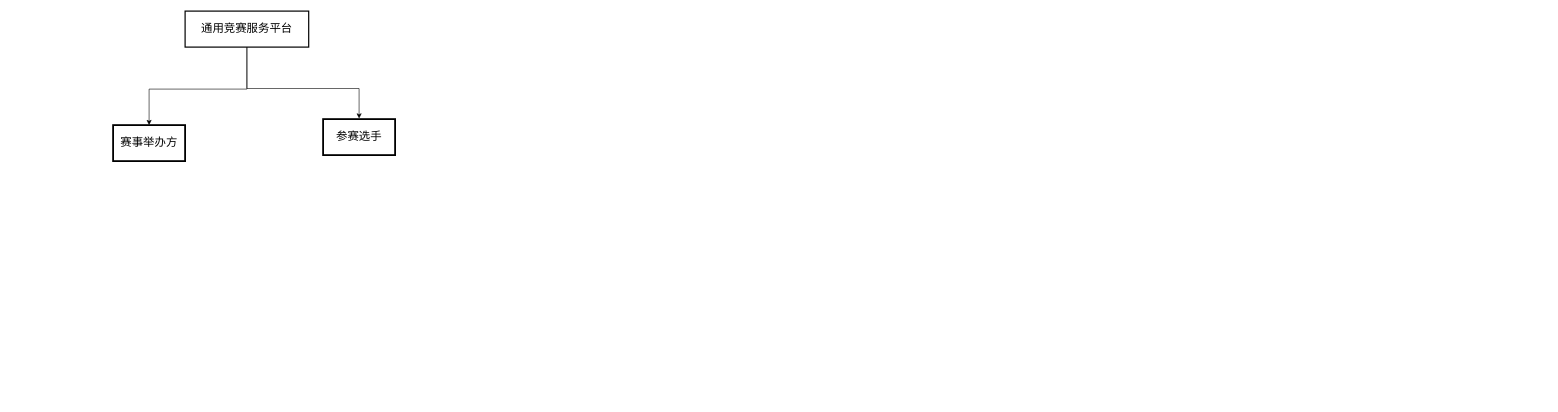
Above: 未命名绘图.drawio in woshilmx/drawio (draw.io), before the change. Source tidied: cells renumbered, new cells numbered last; positions are measured from the earlier drawing's top-left corner, leaving out a move shared by most shapes. Both pictures are drawn from the tidied source at 60%, with x=0, y=0 at pixel (113, 11).
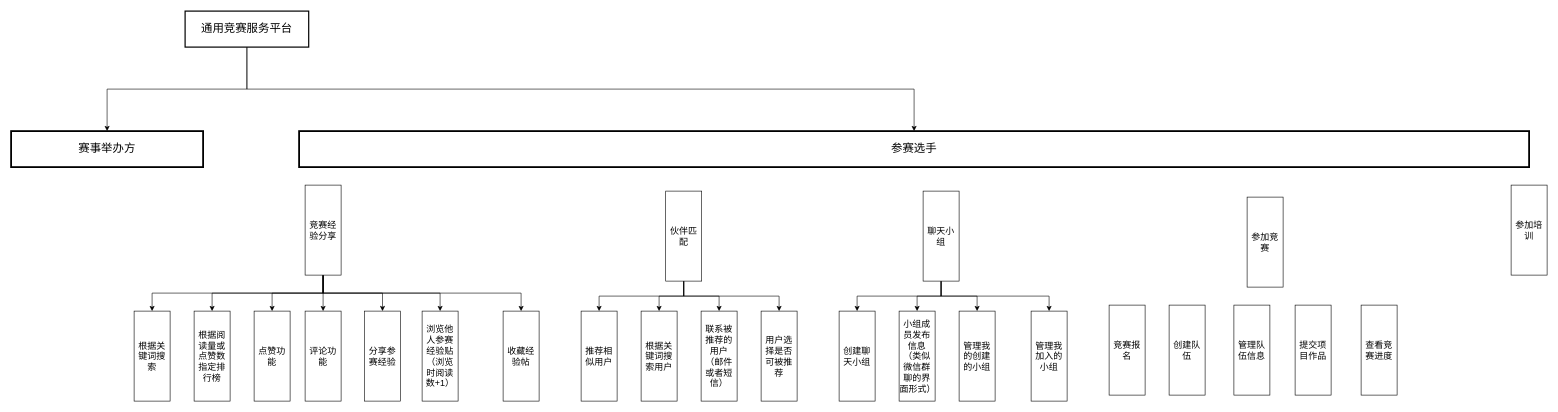
The same diagram, later.

Commit message:
更新竞赛服务平台.drawio

The change refers to these unchanged cells:
```xml
<mxCell id="4" value="&lt;font style=&quot;font-size: 19px;&quot;&gt;通用竞赛服务平台&lt;/font&gt;" style="rounded=0;whiteSpace=wrap;html=1;strokeWidth=2;" parent="1" vertex="1">
  <mxGeometry x="120" width="206" height="60" as="geometry" />
</mxCell>
```

Diff of the diagram source:
```diff
@@
+    <mxCell id="7" style="edgeStyle=orthogonalEdgeStyle;rounded=0;jettySize=auto;html=1;exitX=0.5;exitY=1;exitDx=0;exitDy=0;entryX=0.5;entryY=0;entryDx=0;entryDy=0;" parent="1" edge="1" source="4" target="6">
+      <mxGeometry relative="1" as="geometry" />
+    </mxCell>
-    <mxCell id="2" style="edgeStyle=orthogonalEdgeStyle;rounded=0;jettySize=auto;html=1;entryX=0.5;entryY=0;entryDx=0;entryDy=0;fontSize=19;" parent="1" edge="1" source="4" target="5">
-      <mxGeometry relative="1" as="geometry">
-        <Array as="points">
-          <mxPoint x="223" y="130" />
-          <mxPoint x="60" y="130" />
-        </Array>
-      </mxGeometry>
+    <mxCell id="2" style="edgeStyle=orthogonalEdgeStyle;rounded=0;jettySize=auto;html=1;exitX=0.5;exitY=1;exitDx=0;exitDy=0;entryX=0.5;entryY=0;entryDx=0;entryDy=0;" parent="1" edge="1" source="4" target="5">
+      <mxGeometry relative="1" as="geometry" />
     </mxCell>
-    <mxCell id="3" style="edgeStyle=orthogonalEdgeStyle;rounded=0;orthogonalLoop=1;jettySize=auto;html=1;exitX=0.5;exitY=1;exitDx=0;exitDy=0;entryX=0.5;entryY=0;entryDx=0;entryDy=0;fontSize=19;" parent="1" edge="1">
-      <mxGeometry relative="1" as="geometry">
-        <mxPoint x="223" y="59" as="sourcePoint" />
-        <mxPoint x="410" y="179" as="targetPoint" />
-        <Array as="points">
-          <mxPoint x="223" y="129" />
-          <mxPoint x="410" y="129" />
-        </Array>
-      </mxGeometry>
-    </mxCell>
@@
     <mxCell id="5" value="赛事举办方" style="rounded=0;whiteSpace=wrap;html=1;strokeWidth=3;fontSize=19;" parent="1" vertex="1">
-      <mxGeometry y="190" width="120" height="60" as="geometry" />
+      <mxGeometry x="-170" y="200" width="320" height="60" as="geometry" />
     </mxCell>
     <mxCell id="6" value="参赛选手" style="rounded=0;whiteSpace=wrap;html=1;strokeWidth=3;fontSize=19;" parent="1" vertex="1">
-      <mxGeometry x="350" y="180" width="120" height="60" as="geometry" />
+      <mxGeometry x="310" y="200" width="2050" height="60" as="geometry" />
     </mxCell>
+    <mxCell id="8" value="&lt;span style=&quot;font-size: 15px;&quot;&gt;收藏经验帖&lt;/span&gt;" style="rounded=0;whiteSpace=wrap;html=1;align=center;" parent="1" vertex="1">
+      <mxGeometry x="650" y="500" width="60" height="150" as="geometry" />
+    </mxCell>
+    <mxCell id="9" style="edgeStyle=orthogonalEdgeStyle;rounded=0;jettySize=auto;html=1;exitX=0.5;exitY=1;exitDx=0;exitDy=0;entryX=0.5;entryY=0;entryDx=0;entryDy=0;fontSize=15;" parent="1" edge="1" source="13" target="30">
+      <mxGeometry relative="1" as="geometry" />
+    </mxCell>
+    <mxCell id="10" style="edgeStyle=orthogonalEdgeStyle;rounded=0;jettySize=auto;html=1;exitX=0.5;exitY=1;exitDx=0;exitDy=0;entryX=0.5;entryY=0;entryDx=0;entryDy=0;fontSize=15;" parent="1" edge="1" source="13" target="31">
+      <mxGeometry relative="1" as="geometry" />
+    </mxCell>
+    <mxCell id="11" style="edgeStyle=orthogonalEdgeStyle;rounded=0;jettySize=auto;html=1;exitX=0.5;exitY=1;exitDx=0;exitDy=0;entryX=0.5;entryY=0;entryDx=0;entryDy=0;fontSize=15;" parent="1" edge="1" source="13" target="32">
+      <mxGeometry relative="1" as="geometry" />
+    </mxCell>
+    <mxCell id="12" style="edgeStyle=orthogonalEdgeStyle;rounded=0;jettySize=auto;html=1;exitX=0.5;exitY=1;exitDx=0;exitDy=0;entryX=0.5;entryY=0;entryDx=0;entryDy=0;fontSize=15;" parent="1" edge="1" source="13" target="33">
+      <mxGeometry relative="1" as="geometry" />
+    </mxCell>
+    <mxCell id="13" value="&lt;font style=&quot;font-size: 15px;&quot;&gt;伙伴匹配&lt;/font&gt;" style="rounded=0;whiteSpace=wrap;html=1;align=center;" parent="1" vertex="1">
+      <mxGeometry x="921" y="300" width="60" height="150" as="geometry" />
+    </mxCell>
+    <mxCell id="14" value="&lt;span style=&quot;font-size: 15px;&quot;&gt;参加竞赛&lt;/span&gt;" style="rounded=0;whiteSpace=wrap;html=1;align=center;" parent="1" vertex="1">
+      <mxGeometry x="1890" y="310" width="60" height="150" as="geometry" />
+    </mxCell>
+    <mxCell id="15" value="&lt;span style=&quot;font-size: 15px;&quot;&gt;参加培训&lt;/span&gt;" style="rounded=0;whiteSpace=wrap;html=1;align=center;" parent="1" vertex="1">
+      <mxGeometry x="2330" y="290" width="60" height="150" as="geometry" />
+    </mxCell>
+    <mxCell id="16" value="&lt;span style=&quot;font-size: 15px;&quot;&gt;分享参赛经验&lt;/span&gt;" style="rounded=0;whiteSpace=wrap;html=1;align=center;" parent="1" vertex="1">
+      <mxGeometry x="419" y="500" width="60" height="150" as="geometry" />
+    </mxCell>
+    <mxCell id="17" value="&lt;span style=&quot;font-size: 15px;&quot;&gt;浏览他人参赛经验贴（浏览时阅读数+1）&lt;/span&gt;" style="rounded=0;whiteSpace=wrap;html=1;align=center;" parent="1" vertex="1">
+      <mxGeometry x="515" y="500" width="60" height="150" as="geometry" />
+    </mxCell>
+    <mxCell id="18" style="edgeStyle=orthogonalEdgeStyle;rounded=0;jettySize=auto;html=1;entryX=0.5;entryY=0;entryDx=0;entryDy=0;fontSize=15;" parent="1" edge="1" source="25" target="29">
+      <mxGeometry relative="1" as="geometry">
+        <Array as="points">
+          <mxPoint x="350" y="470" />
+          <mxPoint x="65" y="470" />
+        </Array>
+      </mxGeometry>
+    </mxCell>
+    <mxCell id="19" style="edgeStyle=orthogonalEdgeStyle;rounded=0;jettySize=auto;html=1;exitX=0.5;exitY=1;exitDx=0;exitDy=0;entryX=0.5;entryY=0;entryDx=0;entryDy=0;fontSize=15;" parent="1" edge="1" source="25" target="28">
+      <mxGeometry relative="1" as="geometry" />
+    </mxCell>
+    <mxCell id="20" style="edgeStyle=orthogonalEdgeStyle;rounded=0;jettySize=auto;html=1;exitX=0.5;exitY=1;exitDx=0;exitDy=0;entryX=0.5;entryY=0;entryDx=0;entryDy=0;fontSize=15;" parent="1" edge="1" source="25" target="27">
+      <mxGeometry relative="1" as="geometry" />
+    </mxCell>
+    <mxCell id="21" style="edgeStyle=orthogonalEdgeStyle;rounded=0;jettySize=auto;html=1;exitX=0.5;exitY=1;exitDx=0;exitDy=0;entryX=0.5;entryY=0;entryDx=0;entryDy=0;fontSize=15;" parent="1" edge="1" source="25" target="26">
+      <mxGeometry relative="1" as="geometry" />
+    </mxCell>
+    <mxCell id="22" style="edgeStyle=orthogonalEdgeStyle;rounded=0;jettySize=auto;html=1;exitX=0.5;exitY=1;exitDx=0;exitDy=0;entryX=0.5;entryY=0;entryDx=0;entryDy=0;fontSize=15;" parent="1" edge="1" source="25" target="16">
+      <mxGeometry relative="1" as="geometry" />
+    </mxCell>
+    <mxCell id="23" style="edgeStyle=orthogonalEdgeStyle;rounded=0;jettySize=auto;html=1;exitX=0.5;exitY=1;exitDx=0;exitDy=0;entryX=0.5;entryY=0;entryDx=0;entryDy=0;fontSize=15;" parent="1" edge="1" source="25" target="17">
+      <mxGeometry relative="1" as="geometry" />
+    </mxCell>
+    <mxCell id="24" style="edgeStyle=orthogonalEdgeStyle;rounded=0;jettySize=auto;html=1;exitX=0.5;exitY=1;exitDx=0;exitDy=0;entryX=0.5;entryY=0;entryDx=0;entryDy=0;fontSize=15;" parent="1" edge="1" source="25" target="8">
+      <mxGeometry relative="1" as="geometry" />
+    </mxCell>
+    <mxCell id="25" value="&lt;span style=&quot;font-size: 15px;&quot;&gt;竞赛经验分享&lt;/span&gt;" style="rounded=0;whiteSpace=wrap;html=1;align=center;" parent="1" vertex="1">
+      <mxGeometry x="320" y="290" width="60" height="150" as="geometry" />
+    </mxCell>
+    <mxCell id="26" value="&lt;span style=&quot;font-size: 15px;&quot;&gt;评论功能&lt;/span&gt;" style="rounded=0;whiteSpace=wrap;html=1;align=center;" parent="1" vertex="1">
+      <mxGeometry x="320" y="500" width="60" height="150" as="geometry" />
+    </mxCell>
+    <mxCell id="27" value="&lt;span style=&quot;font-size: 15px;&quot;&gt;点赞功能&lt;/span&gt;" style="rounded=0;whiteSpace=wrap;html=1;align=center;" parent="1" vertex="1">
+      <mxGeometry x="235" y="500" width="60" height="150" as="geometry" />
+    </mxCell>
+    <mxCell id="28" value="&lt;span style=&quot;font-size: 15px;&quot;&gt;根据阅读量或点赞数指定排行榜&lt;/span&gt;" style="rounded=0;whiteSpace=wrap;html=1;align=center;" parent="1" vertex="1">
+      <mxGeometry x="135" y="500" width="60" height="150" as="geometry" />
+    </mxCell>
+    <mxCell id="29" value="&lt;span style=&quot;font-size: 15px;&quot;&gt;根据关键词搜索&lt;/span&gt;" style="rounded=0;whiteSpace=wrap;html=1;align=center;" parent="1" vertex="1">
+      <mxGeometry x="35" y="500" width="60" height="150" as="geometry" />
+    </mxCell>
+    <mxCell id="30" value="&lt;span style=&quot;font-size: 15px;&quot;&gt;推荐相似用户&lt;/span&gt;" style="rounded=0;whiteSpace=wrap;html=1;align=center;" parent="1" vertex="1">
+      <mxGeometry x="780" y="500" width="60" height="150" as="geometry" />
+    </mxCell>
+    <mxCell id="31" value="&lt;span style=&quot;font-size: 15px;&quot;&gt;根据关键词搜索用户&lt;/span&gt;" style="rounded=0;whiteSpace=wrap;html=1;align=center;" parent="1" vertex="1">
+      <mxGeometry x="880" y="500" width="60" height="150" as="geometry" />
+    </mxCell>
+    <mxCell id="32" value="&lt;span style=&quot;font-size: 15px;&quot;&gt;联系被推荐的用户（邮件或者短信）&lt;/span&gt;" style="rounded=0;whiteSpace=wrap;html=1;align=center;" parent="1" vertex="1">
+      <mxGeometry x="980" y="500" width="60" height="150" as="geometry" />
+    </mxCell>
+    <mxCell id="33" value="&lt;span style=&quot;font-size: 15px;&quot;&gt;用户选择是否可被推荐&lt;/span&gt;" style="rounded=0;whiteSpace=wrap;html=1;align=center;" parent="1" vertex="1">
+      <mxGeometry x="1080" y="500" width="60" height="150" as="geometry" />
+    </mxCell>
+    <mxCell id="34" style="edgeStyle=orthogonalEdgeStyle;rounded=0;jettySize=auto;html=1;exitX=0.5;exitY=1;exitDx=0;exitDy=0;entryX=0.5;entryY=0;entryDx=0;entryDy=0;fontSize=15;" parent="1" edge="1" source="38" target="39">
+      <mxGeometry relative="1" as="geometry" />
+    </mxCell>
+    <mxCell id="35" style="edgeStyle=orthogonalEdgeStyle;rounded=0;jettySize=auto;html=1;exitX=0.5;exitY=1;exitDx=0;exitDy=0;entryX=0.5;entryY=0;entryDx=0;entryDy=0;fontSize=15;" parent="1" edge="1" source="38" target="40">
+      <mxGeometry relative="1" as="geometry" />
+    </mxCell>
+    <mxCell id="36" style="edgeStyle=orthogonalEdgeStyle;rounded=0;jettySize=auto;html=1;exitX=0.5;exitY=1;exitDx=0;exitDy=0;entryX=0.5;entryY=0;entryDx=0;entryDy=0;fontSize=15;" parent="1" edge="1" source="38" target="41">
+      <mxGeometry relative="1" as="geometry" />
+    </mxCell>
+    <mxCell id="37" style="edgeStyle=orthogonalEdgeStyle;rounded=0;jettySize=auto;html=1;exitX=0.5;exitY=1;exitDx=0;exitDy=0;fontSize=15;" parent="1" edge="1" source="38" target="42">
+      <mxGeometry relative="1" as="geometry" />
+    </mxCell>
+    <mxCell id="38" value="&lt;span style=&quot;font-size: 15px;&quot;&gt;聊天小组&lt;/span&gt;" style="rounded=0;whiteSpace=wrap;html=1;align=center;" parent="1" vertex="1">
+      <mxGeometry x="1350" y="300" width="60" height="150" as="geometry" />
+    </mxCell>
+    <mxCell id="39" value="&lt;span style=&quot;font-size: 15px;&quot;&gt;创建聊天小组&lt;/span&gt;" style="rounded=0;whiteSpace=wrap;html=1;align=center;" parent="1" vertex="1">
+      <mxGeometry x="1210" y="500" width="60" height="150" as="geometry" />
+    </mxCell>
+    <mxCell id="40" value="&lt;span style=&quot;font-size: 15px;&quot;&gt;小组成员发布信息（类似微信群聊的界面形式）&lt;/span&gt;" style="rounded=0;whiteSpace=wrap;html=1;align=center;" parent="1" vertex="1">
+      <mxGeometry x="1310" y="500" width="60" height="150" as="geometry" />
+    </mxCell>
+    <mxCell id="41" value="&lt;span style=&quot;font-size: 15px;&quot;&gt;管理我的创建的小组&lt;/span&gt;" style="rounded=0;whiteSpace=wrap;html=1;align=center;" parent="1" vertex="1">
+      <mxGeometry x="1410" y="500" width="60" height="150" as="geometry" />
+    </mxCell>
+    <mxCell id="42" value="&lt;span style=&quot;font-size: 15px;&quot;&gt;管理我加入的小组&lt;/span&gt;" style="rounded=0;whiteSpace=wrap;html=1;align=center;" parent="1" vertex="1">
+      <mxGeometry x="1530" y="500" width="60" height="150" as="geometry" />
+    </mxCell>
+    <mxCell id="43" value="&lt;span style=&quot;font-size: 15px;&quot;&gt;竞赛报名&lt;/span&gt;" style="rounded=0;whiteSpace=wrap;html=1;align=center;" parent="1" vertex="1">
+      <mxGeometry x="1660" y="490" width="60" height="150" as="geometry" />
+    </mxCell>
+    <mxCell id="44" value="&lt;span style=&quot;font-size: 15px;&quot;&gt;创建队伍&lt;/span&gt;" style="rounded=0;whiteSpace=wrap;html=1;align=center;" parent="1" vertex="1">
+      <mxGeometry x="1760" y="490" width="60" height="150" as="geometry" />
+    </mxCell>
+    <mxCell id="45" value="&lt;span style=&quot;font-size: 15px;&quot;&gt;管理队伍信息&lt;/span&gt;" style="rounded=0;whiteSpace=wrap;html=1;align=center;" parent="1" vertex="1">
+      <mxGeometry x="1868" y="490" width="60" height="150" as="geometry" />
+    </mxCell>
+    <mxCell id="46" value="&lt;span style=&quot;font-size: 15px;&quot;&gt;提交项目作品&lt;/span&gt;" style="rounded=0;whiteSpace=wrap;html=1;align=center;" parent="1" vertex="1">
+      <mxGeometry x="1970" y="490" width="60" height="150" as="geometry" />
+    </mxCell>
+    <mxCell id="47" value="&lt;span style=&quot;font-size: 15px;&quot;&gt;查看竞赛进度&lt;/span&gt;" style="rounded=0;whiteSpace=wrap;html=1;align=center;" parent="1" vertex="1">
+      <mxGeometry x="2080" y="490" width="60" height="150" as="geometry" />
+    </mxCell>
```
